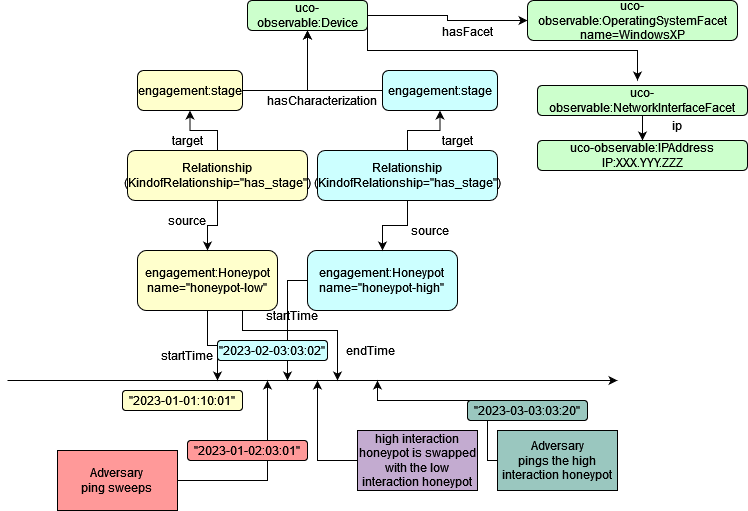
Earlier version of the draw.io export examples/Fluid Deception/FluidDeceptionExample.drawio.png (UNHSAILLab/Adversary-Engagement-Ontology). Source tidied: cells renumbered, new cells last; positions are measured from the earlier drawing's top-left corner, leaving out a move shared by most shapes.
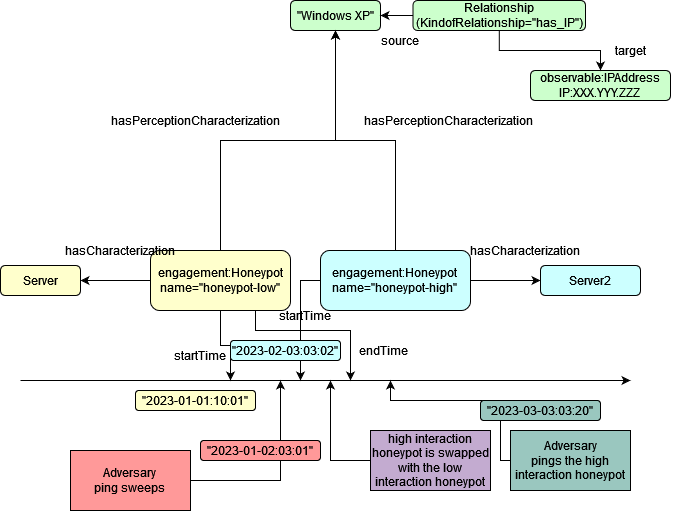
After the commit.

The edit, as a diff of the source:
```diff
@@ -7,29 +7,20 @@
         <mxPoint x="210" y="380" as="targetPoint" />
       </mxGeometry>
     </mxCell>
+    <mxCell id="45" style="edgeStyle=orthogonalEdgeStyle;rounded=0;jettySize=auto;html=1;entryX=0.5;entryY=1;entryDx=0;entryDy=0;" parent="1" edge="1" source="3" target="6">
+      <mxGeometry relative="1" as="geometry" />
+    </mxCell>
+    <mxCell id="46" style="edgeStyle=orthogonalEdgeStyle;rounded=0;jettySize=auto;html=1;entryX=1;entryY=0.5;entryDx=0;entryDy=0;" parent="1" edge="1" source="3" target="52">
+      <mxGeometry relative="1" as="geometry" />
+    </mxCell>
     <mxCell id="3" value="&lt;div&gt;engagement:Honeypot&lt;/div&gt;&lt;div&gt;name=&quot;honeypot-low&quot;&lt;br&gt;&lt;/div&gt;" style="rounded=1;whiteSpace=wrap;html=1;fillColor=#FFFFCC;" parent="1" vertex="1">
       <mxGeometry x="130" y="250" width="140" height="60" as="geometry" />
     </mxCell>
-    <mxCell id="4" style="edgeStyle=orthogonalEdgeStyle;rounded=0;jettySize=auto;html=1;" parent="1" edge="1" source="5" target="6">
-      <mxGeometry relative="1" as="geometry" />
-    </mxCell>
-    <mxCell id="5" value="engagement:stage" style="rounded=1;whiteSpace=wrap;html=1;fillColor=#FFFFCC;" parent="1" vertex="1">
-      <mxGeometry x="130" y="70" width="105" height="40" as="geometry" />
-    </mxCell>
-    <mxCell id="6" value="uco-observable:Device" style="rounded=1;whiteSpace=wrap;html=1;fillColor=#CCFFCC;" parent="1" vertex="1">
-      <mxGeometry x="240" width="120" height="30" as="geometry" />
+    <mxCell id="6" value="&quot;Windows XP&quot;" style="rounded=1;whiteSpace=wrap;html=1;fillColor=#CCFFCC;" parent="1" vertex="1">
+      <mxGeometry x="270" width="90" height="30" as="geometry" />
     </mxCell>
-    <mxCell id="7" style="edgeStyle=orthogonalEdgeStyle;rounded=0;jettySize=auto;html=1;entryX=0.5;entryY=0;entryDx=0;entryDy=0;" parent="1" edge="1" source="9" target="3">
-      <mxGeometry relative="1" as="geometry" />
-    </mxCell>
-    <mxCell id="8" style="edgeStyle=orthogonalEdgeStyle;rounded=0;jettySize=auto;html=1;" parent="1" edge="1" source="9" target="5">
-      <mxGeometry relative="1" as="geometry" />
-    </mxCell>
-    <mxCell id="9" value="&lt;div&gt;Relationship&lt;/div&gt;&lt;div&gt;(KindofRelationship=&quot;has_stage&quot;)&lt;br&gt;&lt;/div&gt;" style="rounded=1;whiteSpace=wrap;html=1;fillColor=#FFFFCC;" parent="1" vertex="1">
-      <mxGeometry x="120" y="150" width="180" height="50" as="geometry" />
-    </mxCell>
-    <mxCell id="10" value="hasCharacterization" style="text;html=1;strokeColor=none;fillColor=none;align=center;verticalAlign=middle;whiteSpace=wrap;rounded=0;" parent="1" vertex="1">
-      <mxGeometry x="255" y="90" width="120" height="20" as="geometry" />
+    <mxCell id="10" value="hasPerceptionCharacterization" style="text;html=1;strokeColor=none;fillColor=none;align=center;verticalAlign=middle;whiteSpace=wrap;rounded=0;" parent="1" vertex="1">
+      <mxGeometry x="80" y="110" width="190" height="20" as="geometry" />
     </mxCell>
     <mxCell id="11" style="edgeStyle=orthogonalEdgeStyle;rounded=0;jettySize=auto;html=1;" parent="1" edge="1" source="12">
       <mxGeometry relative="1" as="geometry">
@@ -40,33 +31,15 @@
         </Array>
       </mxGeometry>
     </mxCell>
+    <mxCell id="47" style="edgeStyle=orthogonalEdgeStyle;rounded=0;jettySize=auto;html=1;entryX=0;entryY=0.5;entryDx=0;entryDy=0;" parent="1" edge="1" source="12" target="54">
+      <mxGeometry relative="1" as="geometry" />
+    </mxCell>
     <mxCell id="12" value="&lt;div&gt;engagement:Honeypot&lt;/div&gt;&lt;div&gt;name=&quot;honeypot-high&quot;&lt;br&gt;&lt;/div&gt;" style="rounded=1;whiteSpace=wrap;html=1;fillColor=#CCFFFF;" parent="1" vertex="1">
       <mxGeometry x="300" y="250" width="150" height="60" as="geometry" />
     </mxCell>
-    <mxCell id="13" style="edgeStyle=orthogonalEdgeStyle;rounded=0;jettySize=auto;html=1;entryX=0.5;entryY=0;entryDx=0;entryDy=0;" parent="1" edge="1" source="15" target="12">
-      <mxGeometry relative="1" as="geometry" />
-    </mxCell>
-    <mxCell id="14" style="edgeStyle=orthogonalEdgeStyle;rounded=0;jettySize=auto;html=1;" parent="1" edge="1" source="15" target="17">
+    <mxCell id="14" style="edgeStyle=orthogonalEdgeStyle;rounded=0;jettySize=auto;html=1;exitX=0.5;exitY=0;exitDx=0;exitDy=0;entryX=0.5;entryY=1;entryDx=0;entryDy=0;" parent="1" edge="1" source="12" target="6">
       <mxGeometry relative="1" as="geometry" />
     </mxCell>
-    <mxCell id="15" value="&lt;div&gt;Relationship&lt;/div&gt;&lt;div&gt;(KindofRelationship=&quot;has_stage&quot;)&lt;br&gt;&lt;/div&gt;" style="rounded=1;whiteSpace=wrap;html=1;fillColor=#CCFFFF;" parent="1" vertex="1">
-      <mxGeometry x="310" y="150" width="180" height="50" as="geometry" />
-    </mxCell>
-    <mxCell id="16" style="edgeStyle=orthogonalEdgeStyle;rounded=0;jettySize=auto;html=1;entryX=0.5;entryY=1;entryDx=0;entryDy=0;" parent="1" edge="1" source="17" target="6">
-      <mxGeometry relative="1" as="geometry" />
-    </mxCell>
-    <mxCell id="17" value="engagement:stage" style="rounded=1;whiteSpace=wrap;html=1;fillColor=#CCFFFF;" parent="1" vertex="1">
-      <mxGeometry x="375" y="70" width="115" height="40" as="geometry" />
-    </mxCell>
-    <mxCell id="18" value="source" style="text;html=1;strokeColor=none;fillColor=none;align=center;verticalAlign=middle;whiteSpace=wrap;rounded=0;" parent="1" vertex="1">
-      <mxGeometry x="392.5" y="220" width="60" height="20" as="geometry" />
-    </mxCell>
-    <mxCell id="19" value="source" style="text;html=1;strokeColor=none;fillColor=none;align=center;verticalAlign=middle;whiteSpace=wrap;rounded=0;" parent="1" vertex="1">
-      <mxGeometry x="150" y="210" width="60" height="20" as="geometry" />
-    </mxCell>
-    <mxCell id="20" value="target" style="text;html=1;strokeColor=none;fillColor=none;align=center;verticalAlign=middle;whiteSpace=wrap;rounded=0;" parent="1" vertex="1">
-      <mxGeometry x="390" y="130" width="120" height="20" as="geometry" />
-    </mxCell>
     <mxCell id="21" style="endArrow=classic;html=1;rounded=0;" parent="1" edge="1">
       <mxGeometry relative="1" as="geometry">
         <mxPoint y="380" as="sourcePoint" />
@@ -115,6 +88,9 @@
     <mxCell id="30" value="high interaction honeypot is swapped with the low interaction honeypot" style="rounded=0;whiteSpace=wrap;html=1;fillColor=#C3ABD0;" parent="1" vertex="1">
       <mxGeometry x="350" y="430" width="120" height="60" as="geometry" />
     </mxCell>
+    <mxCell id="48" value="observable:IPAddress&lt;br&gt;&lt;div&gt;IP:XXX.YYY.ZZZ&lt;/div&gt;" style="rounded=1;whiteSpace=wrap;html=1;fillColor=#CCFFCC;" parent="1" vertex="1">
+      <mxGeometry x="510" y="70" width="140" height="30" as="geometry" />
+    </mxCell>
     <mxCell id="31" value="&lt;div&gt;Adversary&lt;/div&gt;&lt;div&gt;pings the high interaction honeypot&lt;br&gt;&lt;/div&gt;" style="rounded=0;whiteSpace=wrap;html=1;fillColor=#9AC7BF;" parent="1" vertex="1">
       <mxGeometry x="490" y="430" width="120" height="60" as="geometry" />
     </mxCell>
@@ -136,38 +112,35 @@
     <mxCell id="35" value="&quot;2023-03-03:03:20&quot;" style="rounded=1;whiteSpace=wrap;html=1;fillColor=#9AC7BF;" parent="1" vertex="1">
       <mxGeometry x="460" y="400" width="120" height="20" as="geometry" />
     </mxCell>
+    <mxCell id="49" style="edgeStyle=orthogonalEdgeStyle;rounded=0;jettySize=auto;html=1;entryX=1;entryY=0.5;entryDx=0;entryDy=0;" parent="1" edge="1" source="50" target="6">
+      <mxGeometry relative="1" as="geometry" />
+    </mxCell>
-    <mxCell id="36" style="edgeStyle=orthogonalEdgeStyle;rounded=0;jettySize=auto;html=1;entryX=0;entryY=0.5;entryDx=0;entryDy=0;exitX=1;exitY=0.5;exitDx=0;exitDy=0;" parent="1" edge="1" source="6" target="39">
+    <mxCell id="36" style="edgeStyle=orthogonalEdgeStyle;rounded=0;jettySize=auto;html=1;entryX=0.5;entryY=0;entryDx=0;entryDy=0;" parent="1" edge="1" source="50" target="48">
       <mxGeometry relative="1" as="geometry" />
     </mxCell>
-    <mxCell id="37" value="target" style="text;html=1;strokeColor=none;fillColor=none;align=center;verticalAlign=middle;whiteSpace=wrap;rounded=0;" parent="1" vertex="1">
-      <mxGeometry x="120" y="130" width="120" height="20" as="geometry" />
-    </mxCell>
+    <mxCell id="50" value="&lt;div&gt;Relationship&lt;/div&gt;&lt;div&gt;(KindofRelationship=&quot;has_IP&quot;)&lt;br&gt;&lt;/div&gt;" style="rounded=1;whiteSpace=wrap;html=1;fillColor=#CCFFCC;" parent="1" vertex="1">
+      <mxGeometry x="392.5" width="172.5" height="30" as="geometry" />
+    </mxCell>
+    <mxCell id="51" value="target" style="text;html=1;strokeColor=none;fillColor=none;align=center;verticalAlign=middle;whiteSpace=wrap;rounded=0;" parent="1" vertex="1">
+      <mxGeometry x="550" y="40" width="120" height="20" as="geometry" />
+    </mxCell>
-    <mxCell id="38" value="hasFacet" style="text;html=1;strokeColor=none;fillColor=none;align=center;verticalAlign=middle;whiteSpace=wrap;rounded=0;" parent="1" vertex="1">
-      <mxGeometry x="430" y="21" width="60" height="20" as="geometry" />
+    <mxCell id="38" value="source" style="text;html=1;strokeColor=none;fillColor=none;align=center;verticalAlign=middle;whiteSpace=wrap;rounded=0;" parent="1" vertex="1">
+      <mxGeometry x="350" y="30" width="60" height="20" as="geometry" />
     </mxCell>
-    <mxCell id="39" value="&lt;div&gt;uco-observable:OperatingSystemFacet&lt;/div&gt;&lt;div&gt;name=WindowsXP&lt;/div&gt;" style="rounded=1;whiteSpace=wrap;html=1;fillColor=#CCFFCC;" parent="1" vertex="1">
-      <mxGeometry x="520" width="210" height="40" as="geometry" />
-    </mxCell>
-    <mxCell id="40" value="&lt;div&gt;uco-observable:NetworkInterfaceFacet&lt;/div&gt;" style="rounded=1;whiteSpace=wrap;html=1;fillColor=#CCFFCC;" parent="1" vertex="1">
-      <mxGeometry x="530" y="85" width="210" height="30" as="geometry" />
-    </mxCell>
-    <mxCell id="41" value="&lt;div&gt;uco-observable:IPAddress&lt;/div&gt;&lt;div&gt;IP:XXX.YYY.ZZZ&lt;/div&gt;" style="rounded=1;whiteSpace=wrap;html=1;fillColor=#CCFFCC;" parent="1" vertex="1">
-      <mxGeometry x="530" y="140" width="210" height="30" as="geometry" />
-    </mxCell>
-    <mxCell id="42" style="edgeStyle=orthogonalEdgeStyle;rounded=0;jettySize=auto;html=1;exitX=1;exitY=0.75;exitDx=0;exitDy=0;" parent="1" edge="1" source="6">
-      <mxGeometry relative="1" as="geometry">
-        <mxPoint x="630" y="80" as="targetPoint" />
-        <Array as="points">
-          <mxPoint x="360" y="50" />
-          <mxPoint x="630" y="50" />
-        </Array>
-      </mxGeometry>
-    </mxCell>
-    <mxCell id="43" style="edgeStyle=orthogonalEdgeStyle;rounded=0;jettySize=auto;html=1;entryX=0.5;entryY=0;entryDx=0;entryDy=0;exitX=0.5;exitY=1;exitDx=0;exitDy=0;" parent="1" edge="1" source="40" target="41">
-      <mxGeometry relative="1" as="geometry" />
-    </mxCell>
-    <mxCell id="44" value="ip" style="text;html=1;strokeColor=none;fillColor=none;align=center;verticalAlign=middle;whiteSpace=wrap;rounded=0;" parent="1" vertex="1">
-      <mxGeometry x="640" y="115" width="60" height="20" as="geometry" />
-    </mxCell>
+    <mxCell id="52" value="Server" style="rounded=1;whiteSpace=wrap;html=1;fillColor=#FFFFCC;" parent="1" vertex="1">
+      <mxGeometry x="-20" y="265" width="80" height="30" as="geometry" />
+    </mxCell>
+    <mxCell id="53" value="hasCharacterization" style="text;html=1;strokeColor=none;fillColor=none;align=center;verticalAlign=middle;whiteSpace=wrap;rounded=0;" parent="1" vertex="1">
+      <mxGeometry x="445" y="240" width="120" height="20" as="geometry" />
+    </mxCell>
+    <mxCell id="54" value="Server2" style="rounded=1;whiteSpace=wrap;html=1;fillColor=#CCFFFF;" parent="1" vertex="1">
+      <mxGeometry x="520" y="265" width="100" height="30" as="geometry" />
+    </mxCell>
+    <mxCell id="55" value="hasCharacterization" style="text;html=1;strokeColor=none;fillColor=none;align=center;verticalAlign=middle;whiteSpace=wrap;rounded=0;" parent="1" vertex="1">
+      <mxGeometry x="40" y="240" width="120" height="20" as="geometry" />
+    </mxCell>
+    <mxCell id="56" value="hasPerceptionCharacterization" style="text;html=1;strokeColor=none;fillColor=none;align=center;verticalAlign=middle;whiteSpace=wrap;rounded=0;" parent="1" vertex="1">
+      <mxGeometry x="332.5" y="110" width="190" height="20" as="geometry" />
+    </mxCell>
   </root>
 </mxGraphModel>
```
